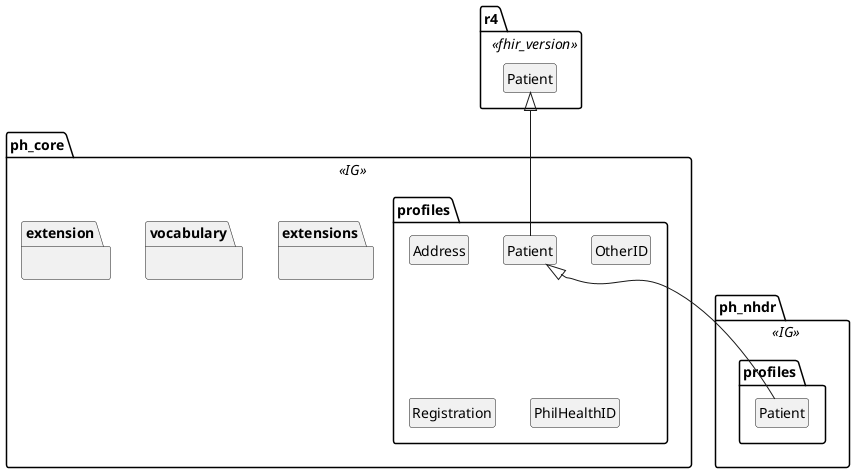
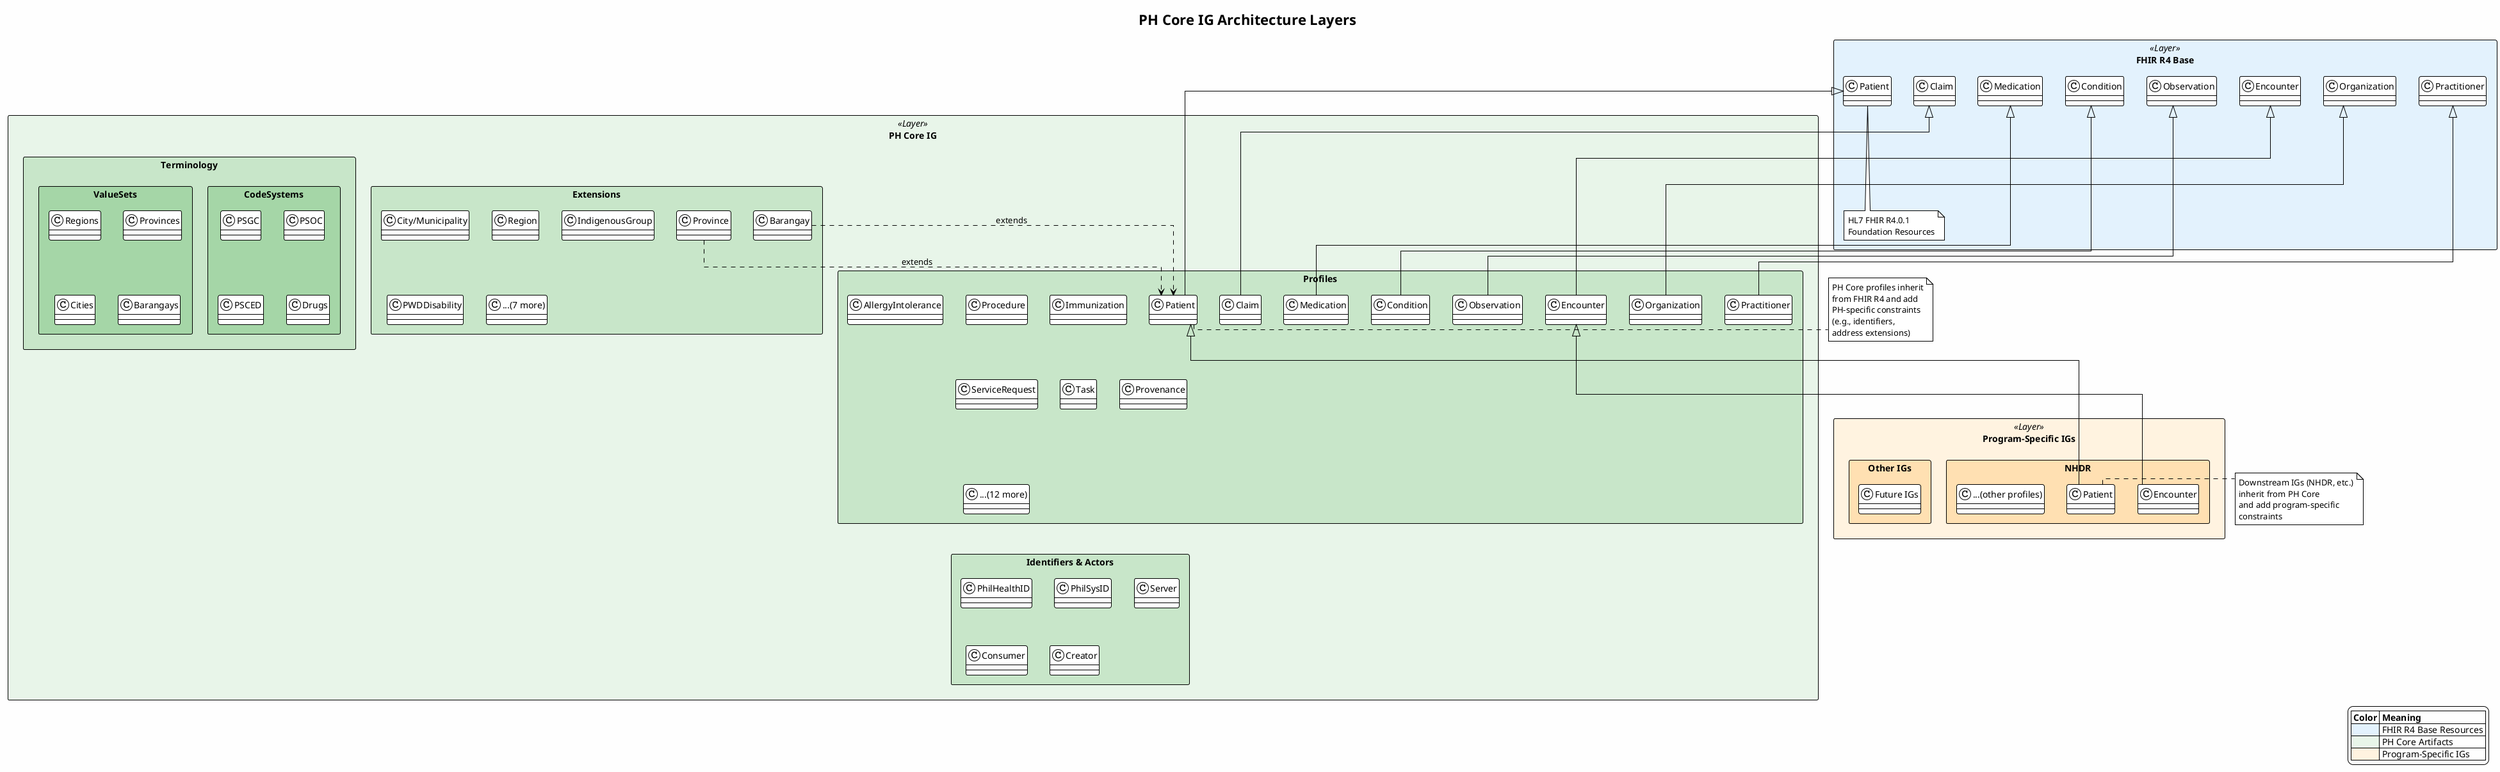
@startuml
+ !theme plain
+ skinparam backgroundColor #FEFEFE
+ skinparam packageStyle rectangle
+ skinparam linetype ortho

- 'Hide empty parts:
- hide empty fields
- hide empty methods
- hide circles
+ title PH Core IG Architecture Layers

- 'You can find more examles at https://plantuml.com/class-diagram
- 
- package r4 <<fhir_version>> {
- 
- class R4Patient as "Patient"
- 
+ ' === R4 BASE LAYER (Blue) ===
+ package "FHIR R4 Base" <<Layer>> #E3F2FD {
+     together {
+         class R4Patient as "Patient"
+         class R4Practitioner as "Practitioner"
+         class R4Organization as "Organization"
+         class R4Encounter as "Encounter"
+         class R4Observation as "Observation"
+         class R4Condition as "Condition"
+         class R4Medication as "Medication"
+         class R4Claim as "Claim"
+     }
+     note bottom of R4Patient
+         HL7 FHIR R4.0.1
+         Foundation Resources
+     end note
}

- package ph_core <<IG>>{
+ ' === PH CORE LAYER (Green) ===
+ package "PH Core IG" <<Layer>> #E8F5E9 {

- package extensions {
+     package "Profiles" #C8E6C9 {
+         class PHCorePatient as "Patient"
+         class PHCorePractitioner as "Practitioner"
+         class PHCoreOrganization as "Organization"
+         class PHCoreEncounter as "Encounter"
+         class PHCoreObservation as "Observation"
+         class PHCoreCondition as "Condition"
+         class PHCoreMedication as "Medication"
+         class PHCoreClaim as "Claim"
+         class PHCoreProcedure as "Procedure"
+         class PHCoreImmunization as "Immunization"
+         class PHCoreAllergyIntolerance as "AllergyIntolerance"
+         class PHCoreServiceRequest as "ServiceRequest"
+         class PHCoreTask as "Task"
+         class PHCoreProvenance as "Provenance"
+         class "...(12 more)" as MoreProfiles
+     }

+     package "Extensions" #C8E6C9 {
+         class ExtBarangay as "Barangay"
+         class ExtCityMun as "City/Municipality"
+         class ExtProvince as "Province"
+         class ExtRegion as "Region"
+         class ExtIndigenous as "IndigenousGroup"
+         class ExtPWD as "PWDDisability"
+         class "...(7 more)" as MoreExtensions
+     }
+ 
+     package "Terminology" #C8E6C9 {
+         package "CodeSystems" #A5D6A7 {
+             class CS_PSGC as "PSGC"
+             class CS_PSOC as "PSOC"
+             class CS_PSCED as "PSCED"
+             class CS_Drugs as "Drugs"
+         }
+         package "ValueSets" #A5D6A7 {
+             class VS_Regions as "Regions"
+             class VS_Provinces as "Provinces"
+             class VS_Cities as "Cities"
+             class VS_Barangays as "Barangays"
+         }
+     }
+ 
+     package "Identifiers & Actors" #C8E6C9 {
+         class ID_PhilHealth as "PhilHealthID"
+         class ID_PhilSys as "PhilSysID"
+         class ActorServer as "Server"
+         class ActorConsumer as "Consumer"
+         class ActorCreator as "Creator"
+     }
}

- package profiles {
- 
- class PHCoreAddress as "Address"
- class PHCoreOtherID as "OtherID"
- class PHCorePatient as "Patient"
- class PHCorePddRegistration as "Registration"
- class PHCorePhilHealthID as "PhilHealthID"
- 
- PHCorePatient -up-|> R4Patient
- 
- 
+ ' === PROGRAM IGs LAYER (Orange) ===
+ package "Program-Specific IGs" <<Layer>> #FFF3E0 {
+     package "NHDR" #FFE0B2 {
+         class NhdrPatient as "Patient"
+         class NhdrEncounter as "Encounter"
+         class "...(other profiles)" as NhdrMore
+     }
+     package "Other IGs" #FFE0B2 {
+         class "Future IGs" as FutureIGs
+     }
}

- package vocabulary {
+ ' === INHERITANCE / RELATIONSHIP ARROWS ===
+ PHCorePatient --up-|> R4Patient
+ PHCorePractitioner --up-|> R4Practitioner
+ PHCoreOrganization --up-|> R4Organization
+ PHCoreEncounter --up-|> R4Encounter
+ PHCoreObservation --up-|> R4Observation
+ PHCoreCondition --up-|> R4Condition
+ PHCoreMedication --up-|> R4Medication
+ PHCoreClaim --up-|> R4Claim

- }
+ NhdrPatient --up-|> PHCorePatient
+ NhdrEncounter --up-|> PHCoreEncounter

- package extension {
+ ' === EXTENSION USAGE ===
+ ExtBarangay ..> PHCorePatient : extends
+ ExtProvince ..> PHCorePatient : extends

- }
+ note right of PHCorePatient
+     PH Core profiles inherit
+     from FHIR R4 and add
+     PH-specific constraints
+     (e.g., identifiers,
+     address extensions)
+ end note

+ note right of NhdrPatient
+     Downstream IGs (NHDR, etc.)
+     inherit from PH Core
+     and add program-specific
+     constraints
+ end note

- 
- }
- 
- package ph_nhdr <<IG>>{
- 
- package profiles_nhdr as "profiles" {
- 
- class NhdrPatient as "Patient"
- 
- NhdrPatient -up-|> PHCorePatient
- 
- }
- 
- }
- 
+ legend right
+     |= Color |= Meaning |
+     | <#E3F2FD> | FHIR R4 Base Resources |
+     | <#E8F5E9> | PH Core Artifacts |
+     | <#FFF3E0> | Program-Specific IGs |
+ endlegend

@enduml
